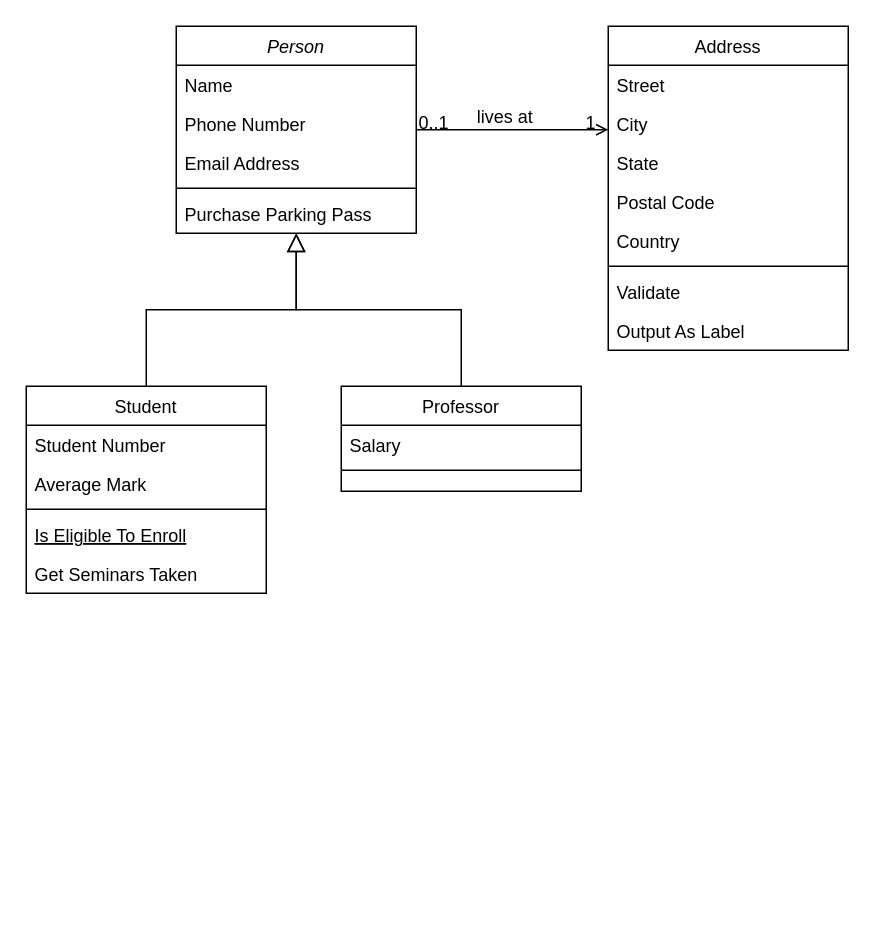
The draw.io diagram gestor-financas-class-diagram.drawio in CoutinhoJhonatas/gestor-financas-draw, before the edit. Source tidied: cells renumbered, new cells numbered last; positions are measured from the earlier drawing's top-left corner, leaving out a move shared by most shapes. Both pictures are drawn from the tidied source at 150%, with x=0, y=0 at pixel (26, 26).
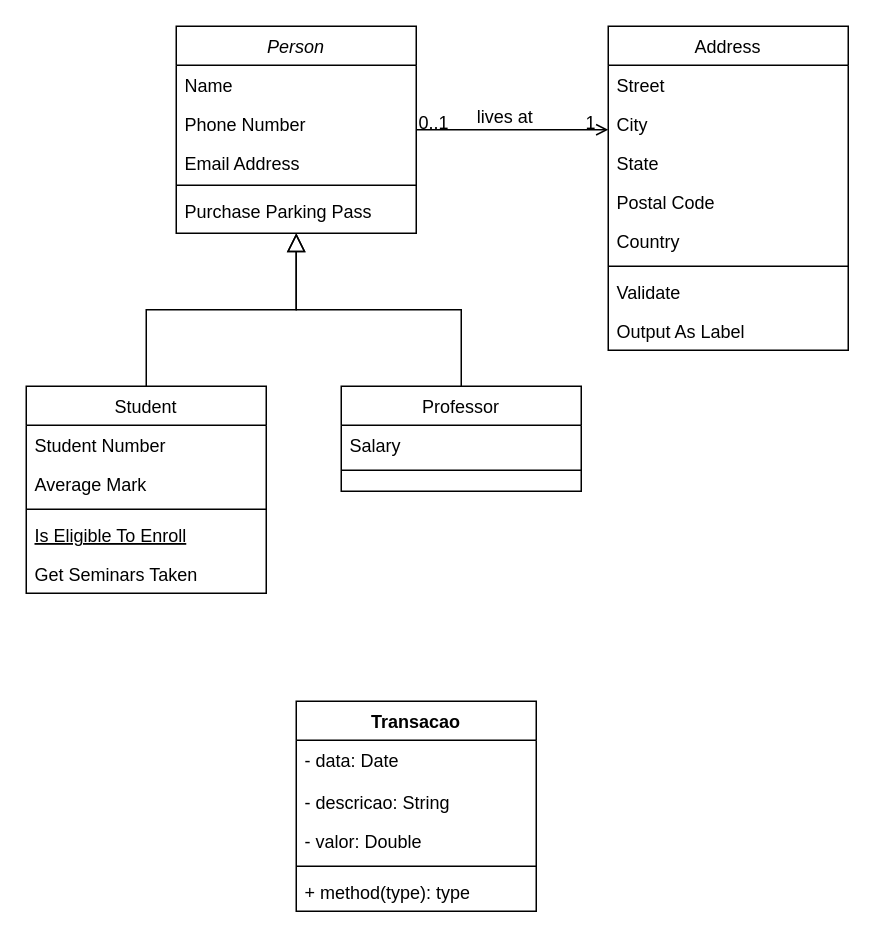
After the change.

The change refers to these unchanged cells:
```xml
<mxCell id="2" value="Person" style="swimlane;fontStyle=2;align=center;verticalAlign=top;horizontal=1;startSize=26;rounded=0;shadow=0;strokeWidth=1;" parent="1" vertex="1">
  <mxGeometry x="100" width="160" height="138" as="geometry" />
</mxCell>
```

Change to the diagram source:
```diff
@@
     <mxCell id="5" value="Email Address" style="text;align=left;verticalAlign=top;spacingLeft=4;spacingRight=4;overflow=hidden;rounded=0;shadow=0;html=0;" parent="2" vertex="1">
-      <mxGeometry y="78" width="160" height="26" as="geometry" />
+      <mxGeometry y="78" width="160" height="24" as="geometry" />
     </mxCell>
     <mxCell id="6" style="line;html=1;strokeWidth=1;align=left;verticalAlign=middle;spacingTop=-1;spacingLeft=3;spacingRight=3;labelPosition=right;" parent="2" vertex="1">
-      <mxGeometry y="104" width="160" height="8" as="geometry" />
+      <mxGeometry y="102" width="160" height="8" as="geometry" />
     </mxCell>
     <mxCell id="7" value="Purchase Parking Pass" style="text;align=left;verticalAlign=top;spacingLeft=4;spacingRight=4;overflow=hidden;" parent="2" vertex="1">
-      <mxGeometry y="112" width="160" height="26" as="geometry" />
+      <mxGeometry y="110" width="160" height="26" as="geometry" />
     </mxCell>
@@
+    <mxCell id="32" value="Transacao" style="swimlane;fontStyle=1;align=center;verticalAlign=top;horizontal=1;startSize=26;whiteSpace=wrap;html=1;" parent="1" vertex="1">
+      <mxGeometry x="180" y="450" width="160" height="140" as="geometry" />
+    </mxCell>
+    <mxCell id="33" value="- data: Date" style="text;strokeColor=none;fillColor=none;align=left;verticalAlign=top;spacingLeft=4;spacingRight=4;overflow=hidden;whiteSpace=wrap;html=1;" parent="32" vertex="1">
+      <mxGeometry y="26" width="160" height="28" as="geometry" />
+    </mxCell>
+    <mxCell id="34" value="- descricao: String" style="text;strokeColor=none;fillColor=none;align=left;verticalAlign=top;spacingLeft=4;spacingRight=4;overflow=hidden;whiteSpace=wrap;html=1;" parent="32" vertex="1">
+      <mxGeometry y="54" width="160" height="26" as="geometry" />
+    </mxCell>
+    <mxCell id="35" value="- valor: Double" style="text;strokeColor=none;fillColor=none;align=left;verticalAlign=top;spacingLeft=4;spacingRight=4;overflow=hidden;whiteSpace=wrap;html=1;" parent="32" vertex="1">
+      <mxGeometry y="80" width="160" height="26" as="geometry" />
+    </mxCell>
+    <mxCell id="36" style="line;strokeWidth=1;fillColor=none;align=left;verticalAlign=middle;spacingTop=-1;spacingLeft=3;spacingRight=3;labelPosition=right;strokeColor=inherit;" parent="32" vertex="1">
+      <mxGeometry y="106" width="160" height="8" as="geometry" />
+    </mxCell>
+    <mxCell id="37" value="+ method(type): type" style="text;strokeColor=none;fillColor=none;align=left;verticalAlign=top;spacingLeft=4;spacingRight=4;overflow=hidden;whiteSpace=wrap;html=1;" parent="32" vertex="1">
+      <mxGeometry y="114" width="160" height="26" as="geometry" />
+    </mxCell>
```
